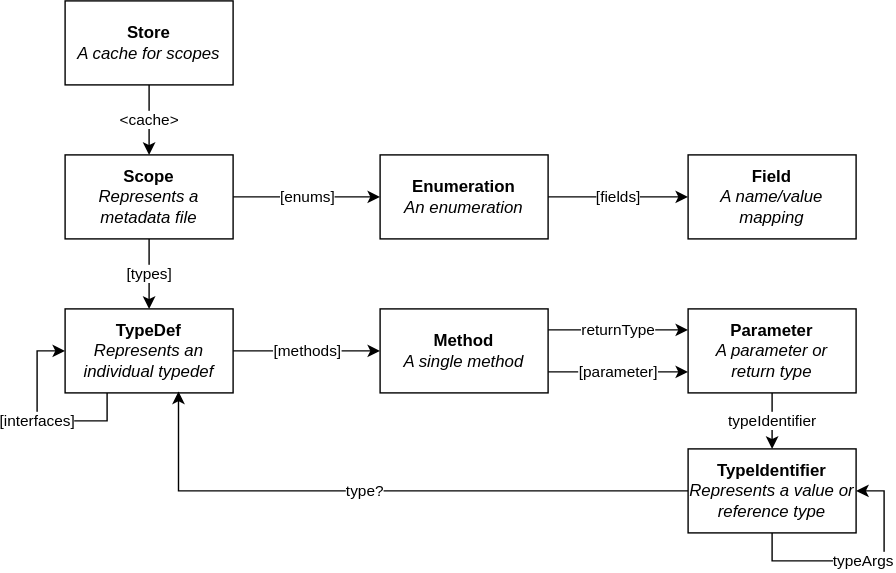
This is metadata.drawio.svg from halildurmus/win32, a draw.io export, as it was before one commit. Source tidied: cells renumbered, new cells last; positions are measured from the earlier drawing's top-left corner, leaving out a move shared by most shapes.
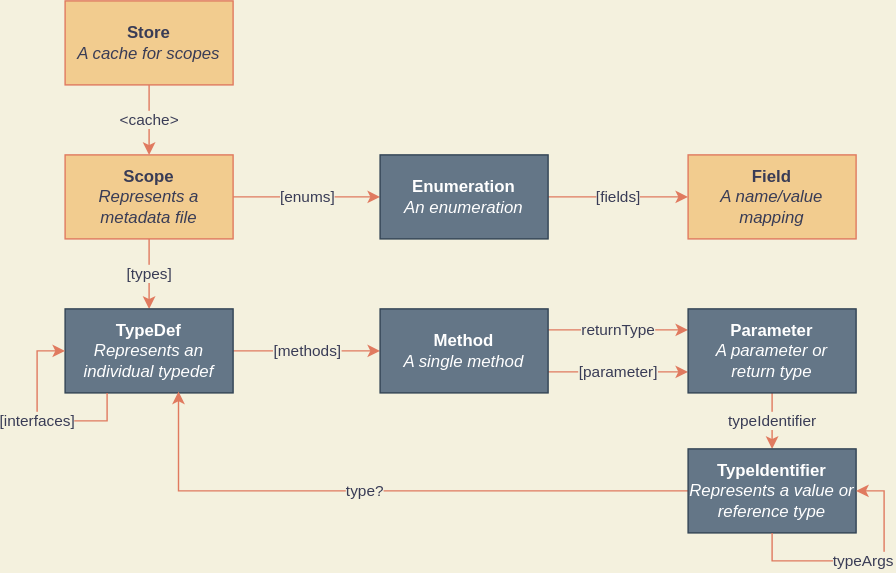
The same diagram one commit later.

Commit message:
Tweak diagram colors for dark mode

Change to the diagram source:
```diff
@@ -1,62 +1,62 @@
-<mxGraphModel>
+<mxGraphModel background="#F4F1DE">
   <root>
     <mxCell id="0" />
     <mxCell id="1" parent="0" />
-    <mxCell id="2" value="&amp;lt;cache&amp;gt;" style="edgeStyle=orthogonalEdgeStyle;rounded=0;jettySize=auto;html=1;" parent="1" edge="1" source="3" target="6">
+    <mxCell id="2" value="&amp;lt;cache&amp;gt;" style="edgeStyle=orthogonalEdgeStyle;rounded=0;jettySize=auto;html=1;strokeColor=#E07A5F;fontColor=#393C56;labelBackgroundColor=#F4F1DE;" parent="1" edge="1" source="3" target="6">
       <mxGeometry relative="1" as="geometry" />
     </mxCell>
-    <mxCell id="3" value="&lt;b&gt;Store&lt;/b&gt;&lt;br&gt;&lt;i&gt;A cache for scopes&lt;/i&gt;" style="whiteSpace=wrap;html=1;" parent="1" vertex="1">
+    <mxCell id="3" value="&lt;b&gt;Store&lt;/b&gt;&lt;br&gt;&lt;i&gt;A cache for scopes&lt;/i&gt;" style="whiteSpace=wrap;html=1;fillColor=#F2CC8F;strokeColor=#E07A5F;fontColor=#393C56;" parent="1" vertex="1">
       <mxGeometry x="20" width="120" height="60" as="geometry" />
     </mxCell>
-    <mxCell id="4" value="[types]" style="edgeStyle=orthogonalEdgeStyle;rounded=0;jettySize=auto;html=1;" parent="1" edge="1" source="6" target="8">
+    <mxCell id="4" value="[types]" style="edgeStyle=orthogonalEdgeStyle;rounded=0;jettySize=auto;html=1;strokeColor=#E07A5F;fontColor=#393C56;labelBackgroundColor=#F4F1DE;" parent="1" edge="1" source="6" target="8">
       <mxGeometry relative="1" as="geometry" />
     </mxCell>
-    <mxCell id="5" value="[enums]" style="edgeStyle=orthogonalEdgeStyle;rounded=0;jettySize=auto;html=1;exitX=1;exitY=0.5;exitDx=0;exitDy=0;entryX=0;entryY=0.5;entryDx=0;entryDy=0;" parent="1" edge="1" source="6" target="18">
+    <mxCell id="5" value="[enums]" style="edgeStyle=orthogonalEdgeStyle;rounded=0;jettySize=auto;html=1;exitX=1;exitY=0.5;exitDx=0;exitDy=0;entryX=0;entryY=0.5;entryDx=0;entryDy=0;strokeColor=#E07A5F;fontColor=#393C56;labelBackgroundColor=#F4F1DE;" parent="1" edge="1" source="6" target="18">
       <mxGeometry relative="1" as="geometry" />
     </mxCell>
-    <mxCell id="6" value="&lt;b&gt;Scope&lt;/b&gt;&lt;br&gt;&lt;i&gt;Represents a metadata file&lt;/i&gt;" style="whiteSpace=wrap;html=1;" parent="1" vertex="1">
+    <mxCell id="6" value="&lt;b&gt;Scope&lt;/b&gt;&lt;br&gt;&lt;i&gt;Represents a metadata file&lt;/i&gt;" style="whiteSpace=wrap;html=1;fillColor=#F2CC8F;strokeColor=#E07A5F;fontColor=#393C56;" parent="1" vertex="1">
       <mxGeometry x="20" y="110" width="120" height="60" as="geometry" />
     </mxCell>
-    <mxCell id="7" value="[methods]" style="edgeStyle=orthogonalEdgeStyle;rounded=0;jettySize=auto;html=1;" parent="1" edge="1" source="8" target="11">
+    <mxCell id="7" value="[methods]" style="edgeStyle=orthogonalEdgeStyle;rounded=0;jettySize=auto;html=1;strokeColor=#E07A5F;fontColor=#393C56;labelBackgroundColor=#F4F1DE;" parent="1" edge="1" source="8" target="11">
       <mxGeometry relative="1" as="geometry" />
     </mxCell>
-    <mxCell id="8" value="&lt;b&gt;TypeDef&lt;/b&gt;&lt;br&gt;&lt;i&gt;Represents an individual typedef&lt;/i&gt;" style="whiteSpace=wrap;html=1;" parent="1" vertex="1">
+    <mxCell id="8" value="&lt;b&gt;TypeDef&lt;/b&gt;&lt;br&gt;&lt;i&gt;Represents an individual typedef&lt;/i&gt;" style="whiteSpace=wrap;html=1;fillColor=#647687;strokeColor=#314354;fontColor=#ffffff;" parent="1" vertex="1">
       <mxGeometry x="20" y="220" width="120" height="60" as="geometry" />
     </mxCell>
-    <mxCell id="9" value="[parameter]" style="edgeStyle=orthogonalEdgeStyle;rounded=0;jettySize=auto;html=1;exitX=1;exitY=0.75;exitDx=0;exitDy=0;entryX=0;entryY=0.75;entryDx=0;entryDy=0;" parent="1" edge="1" source="11" target="13">
+    <mxCell id="9" value="[parameter]" style="edgeStyle=orthogonalEdgeStyle;rounded=0;jettySize=auto;html=1;exitX=1;exitY=0.75;exitDx=0;exitDy=0;entryX=0;entryY=0.75;entryDx=0;entryDy=0;strokeColor=#E07A5F;fontColor=#393C56;labelBackgroundColor=#F4F1DE;" parent="1" edge="1" source="11" target="13">
       <mxGeometry relative="1" as="geometry" />
     </mxCell>
-    <mxCell id="10" value="returnType" style="edgeStyle=orthogonalEdgeStyle;rounded=0;jettySize=auto;html=1;exitX=1;exitY=0.25;exitDx=0;exitDy=0;entryX=0;entryY=0.25;entryDx=0;entryDy=0;" parent="1" edge="1" source="11" target="13">
+    <mxCell id="10" value="returnType" style="edgeStyle=orthogonalEdgeStyle;rounded=0;jettySize=auto;html=1;exitX=1;exitY=0.25;exitDx=0;exitDy=0;entryX=0;entryY=0.25;entryDx=0;entryDy=0;strokeColor=#E07A5F;fontColor=#393C56;labelBackgroundColor=#F4F1DE;" parent="1" edge="1" source="11" target="13">
       <mxGeometry relative="1" as="geometry" />
     </mxCell>
-    <mxCell id="11" value="&lt;b&gt;Method&lt;/b&gt;&lt;br&gt;&lt;i&gt;A single method&lt;/i&gt;" style="whiteSpace=wrap;html=1;" parent="1" vertex="1">
+    <mxCell id="11" value="&lt;b&gt;Method&lt;/b&gt;&lt;br&gt;&lt;i&gt;A single method&lt;/i&gt;" style="whiteSpace=wrap;html=1;fillColor=#647687;strokeColor=#314354;fontColor=#ffffff;" parent="1" vertex="1">
       <mxGeometry x="245" y="220" width="120" height="60" as="geometry" />
     </mxCell>
-    <mxCell id="12" value="typeIdentifier" style="edgeStyle=orthogonalEdgeStyle;rounded=0;jettySize=auto;html=1;" parent="1" edge="1" source="13" target="15">
+    <mxCell id="12" value="typeIdentifier" style="edgeStyle=orthogonalEdgeStyle;rounded=0;jettySize=auto;html=1;strokeColor=#E07A5F;fontColor=#393C56;labelBackgroundColor=#F4F1DE;" parent="1" edge="1" source="13" target="15">
       <mxGeometry relative="1" as="geometry" />
     </mxCell>
-    <mxCell id="13" value="&lt;b&gt;Parameter&lt;/b&gt;&lt;br&gt;&lt;i&gt;A parameter or &lt;br&gt;return type&lt;/i&gt;" style="whiteSpace=wrap;html=1;" parent="1" vertex="1">
+    <mxCell id="13" value="&lt;b&gt;Parameter&lt;/b&gt;&lt;br&gt;&lt;i&gt;A parameter or &lt;br&gt;return type&lt;/i&gt;" style="whiteSpace=wrap;html=1;fillColor=#647687;strokeColor=#314354;fontColor=#ffffff;" parent="1" vertex="1">
       <mxGeometry x="465" y="220" width="120" height="60" as="geometry" />
     </mxCell>
-    <mxCell id="14" value="type?" style="edgeStyle=orthogonalEdgeStyle;rounded=0;jettySize=auto;html=1;exitX=0;exitY=0.5;exitDx=0;exitDy=0;entryX=0.675;entryY=0.983;entryDx=0;entryDy=0;entryPerimeter=0;" parent="1" edge="1" source="15" target="8">
+    <mxCell id="14" value="type?" style="edgeStyle=orthogonalEdgeStyle;rounded=0;jettySize=auto;html=1;exitX=0;exitY=0.5;exitDx=0;exitDy=0;entryX=0.675;entryY=0.983;entryDx=0;entryDy=0;entryPerimeter=0;strokeColor=#E07A5F;fontColor=#393C56;labelBackgroundColor=#F4F1DE;" parent="1" edge="1" source="15" target="8">
       <mxGeometry x="0.06" relative="1" as="geometry" />
     </mxCell>
-    <mxCell id="15" value="&lt;b&gt;TypeIdentifier&lt;br&gt;&lt;/b&gt;&lt;i&gt;Represents a value or reference type&lt;/i&gt;" style="whiteSpace=wrap;html=1;" parent="1" vertex="1">
+    <mxCell id="15" value="&lt;b&gt;TypeIdentifier&lt;br&gt;&lt;/b&gt;&lt;i&gt;Represents a value or reference type&lt;/i&gt;" style="whiteSpace=wrap;html=1;fillColor=#647687;strokeColor=#314354;fontColor=#ffffff;" parent="1" vertex="1">
       <mxGeometry x="465" y="320" width="120" height="60" as="geometry" />
     </mxCell>
-    <mxCell id="16" value="typeArgs" style="edgeStyle=orthogonalEdgeStyle;rounded=0;orthogonalLoop=1;jettySize=auto;html=1;exitX=0.5;exitY=1;exitDx=0;exitDy=0;entryX=1;entryY=0.5;entryDx=0;entryDy=0;" parent="1" edge="1" source="15" target="15">
+    <mxCell id="16" value="typeArgs" style="edgeStyle=orthogonalEdgeStyle;rounded=0;orthogonalLoop=1;jettySize=auto;html=1;exitX=0.5;exitY=1;exitDx=0;exitDy=0;entryX=1;entryY=0.5;entryDx=0;entryDy=0;strokeColor=#E07A5F;fontColor=#393C56;labelBackgroundColor=#F4F1DE;" parent="1" edge="1" source="15" target="15">
       <mxGeometry relative="1" as="geometry" />
     </mxCell>
-    <mxCell id="17" value="[fields]" style="edgeStyle=orthogonalEdgeStyle;rounded=0;jettySize=auto;html=1;exitX=1;exitY=0.5;exitDx=0;exitDy=0;entryX=0;entryY=0.5;entryDx=0;entryDy=0;" parent="1" edge="1" source="18" target="19">
+    <mxCell id="17" value="[fields]" style="edgeStyle=orthogonalEdgeStyle;rounded=0;jettySize=auto;html=1;exitX=1;exitY=0.5;exitDx=0;exitDy=0;entryX=0;entryY=0.5;entryDx=0;entryDy=0;strokeColor=#E07A5F;fontColor=#393C56;labelBackgroundColor=#F4F1DE;" parent="1" edge="1" source="18" target="19">
       <mxGeometry relative="1" as="geometry" />
     </mxCell>
-    <mxCell id="18" value="&lt;b&gt;Enumeration&lt;br&gt;&lt;/b&gt;&lt;i&gt;An enumeration&lt;/i&gt;" style="whiteSpace=wrap;html=1;" parent="1" vertex="1">
+    <mxCell id="18" value="&lt;b&gt;Enumeration&lt;br&gt;&lt;/b&gt;&lt;i&gt;An enumeration&lt;/i&gt;" style="whiteSpace=wrap;html=1;fillColor=#647687;strokeColor=#314354;fontColor=#ffffff;" parent="1" vertex="1">
       <mxGeometry x="245" y="110" width="120" height="60" as="geometry" />
     </mxCell>
-    <mxCell id="19" value="&lt;b&gt;Field&lt;/b&gt;&lt;br&gt;&lt;i&gt;A name/value mapping&lt;/i&gt;" style="whiteSpace=wrap;html=1;" parent="1" vertex="1">
+    <mxCell id="19" value="&lt;b&gt;Field&lt;/b&gt;&lt;br&gt;&lt;i&gt;A name/value mapping&lt;/i&gt;" style="whiteSpace=wrap;html=1;fillColor=#F2CC8F;strokeColor=#E07A5F;fontColor=#393C56;" parent="1" vertex="1">
       <mxGeometry x="465" y="110" width="120" height="60" as="geometry" />
     </mxCell>
-    <mxCell id="20" value="[interfaces]" style="edgeStyle=orthogonalEdgeStyle;rounded=0;orthogonalLoop=1;jettySize=auto;html=1;exitX=0.25;exitY=1;exitDx=0;exitDy=0;entryX=0;entryY=0.5;entryDx=0;entryDy=0;" parent="1" edge="1" source="8" target="8">
+    <mxCell id="20" value="[interfaces]" style="edgeStyle=orthogonalEdgeStyle;rounded=0;orthogonalLoop=1;jettySize=auto;html=1;exitX=0.25;exitY=1;exitDx=0;exitDy=0;entryX=0;entryY=0.5;entryDx=0;entryDy=0;strokeColor=#E07A5F;fontColor=#393C56;labelBackgroundColor=#F4F1DE;" parent="1" edge="1" source="8" target="8">
       <mxGeometry relative="1" as="geometry">
         <Array as="points">
           <mxPoint x="50" y="300" />
```
